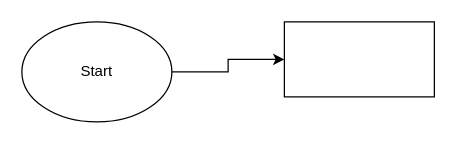
This is Informatiotion/Ticketing Flowchart.drawio from NPITX-programs/Support-Ticket-System, a draw.io file, before an edit. Source tidied: cells renumbered, new cells numbered last; positions are measured from the earlier drawing's top-left corner, leaving out a move shared by most shapes. Both pictures are drawn from the tidied source at 125%, with x=0, y=0 at pixel (21, 21).
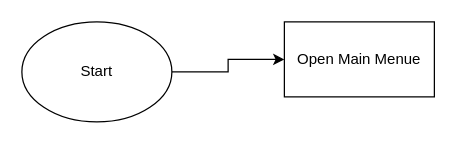
After the change.

Diff of the diagram source:
```diff
@@
 <mxGraphModel>
   <root>
     <mxCell id="0" />
     <mxCell id="1" parent="0" />
     <mxCell id="2" style="edgeStyle=orthogonalEdgeStyle;rounded=0;jettySize=auto;html=1;" parent="1" edge="1" source="3" target="4">
       <mxGeometry relative="1" as="geometry" />
     </mxCell>
     <mxCell id="3" value="Start" style="ellipse;whiteSpace=wrap;html=1;" parent="1" vertex="1">
       <mxGeometry width="120" height="80" as="geometry" />
     </mxCell>
-    <mxCell id="4" style="rounded=0;whiteSpace=wrap;html=1;" parent="1" vertex="1">
+    <mxCell id="4" value="Open Main Menue" style="rounded=0;whiteSpace=wrap;html=1;" parent="1" vertex="1">
       <mxGeometry x="210" width="120" height="60" as="geometry" />
     </mxCell>
     <mxCell id="5" style="edgeStyle=orthogonalEdgeStyle;rounded=0;orthogonalLoop=1;jettySize=auto;html=1;" parent="1" edge="1">
       <mxGeometry relative="1" as="geometry">
         <mxPoint x="300" y="290" as="targetPoint" />
       </mxGeometry>
     </mxCell>
     <mxCell id="6" value="yes" style="edgeStyle=orthogonalEdgeStyle;rounded=0;orthogonalLoop=1;jettySize=auto;html=1;" parent="1" edge="1">
       <mxGeometry relative="1" as="geometry">
         <mxPoint x="300" y="400" as="targetPoint" />
       </mxGeometry>
     </mxCell>
     <mxCell id="7" value="no" style="edgeStyle=orthogonalEdgeStyle;rounded=0;orthogonalLoop=1;jettySize=auto;html=1;" parent="1" edge="1">
       <mxGeometry relative="1" as="geometry">
         <mxPoint x="340" y="330" as="sourcePoint" />
       </mxGeometry>
     </mxCell>
   </root>
 </mxGraphModel>
```
